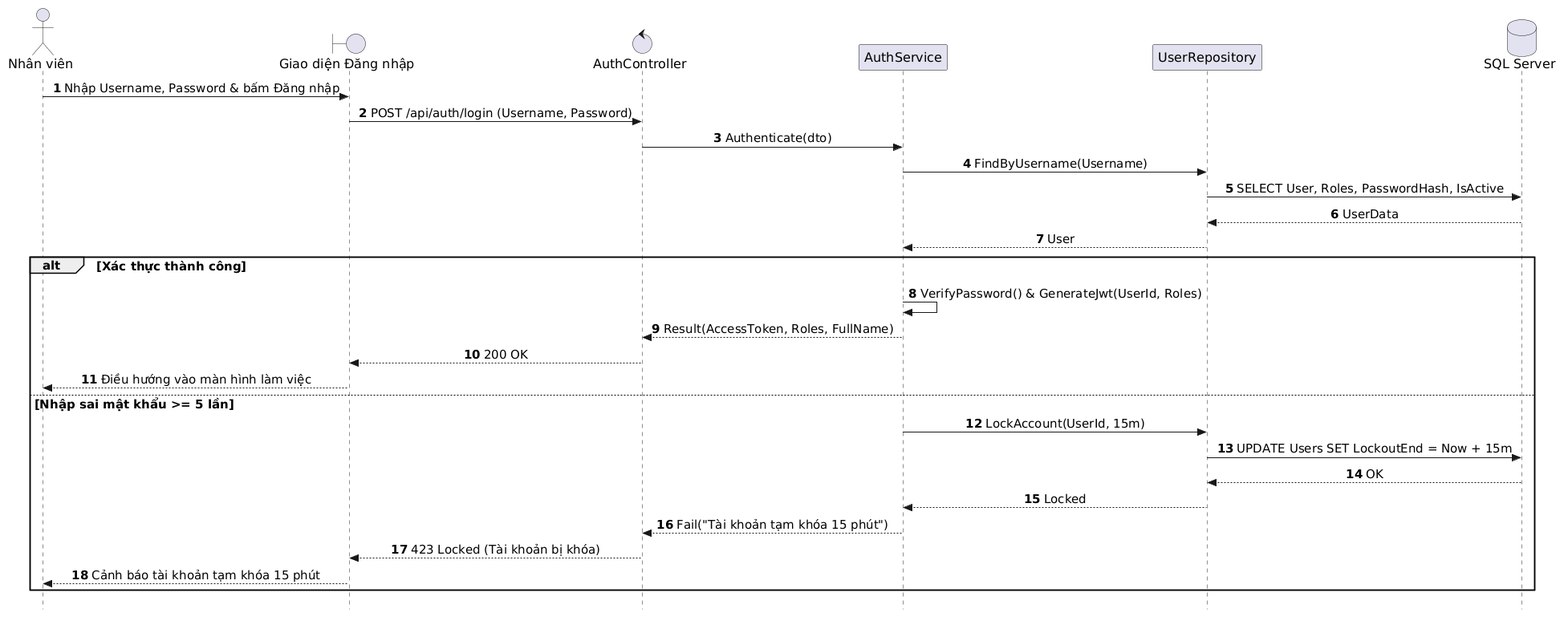
The PlantUML diagram out/docs/puml/sequences/SD_UC_E5_Staff_Authentication/SD_UC_E5_Staff_Authentication.png in AndrewQng/VinDining, before a commit.
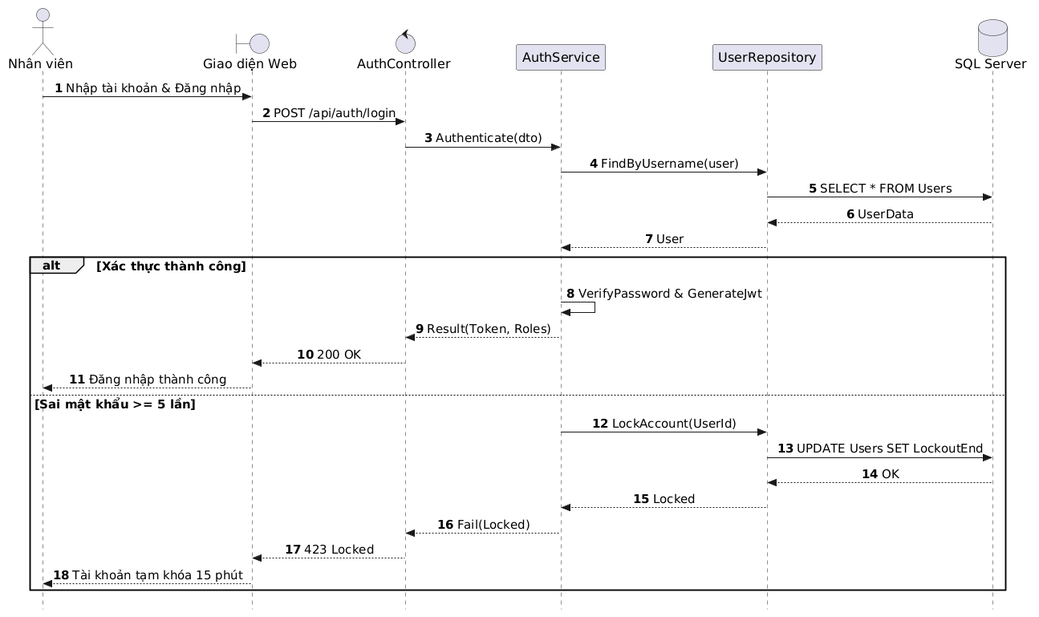
The same diagram one commit later.

The edit, as a diff of the source:
```diff
@@ -12,32 +12,32 @@
 skinparam sequenceGroupHeaderFontSize 15
 
 actor "Nhân viên" as Staff
-boundary "Giao diện Đăng nhập" as UI
+boundary "Giao diện Web" as UI
 control "AuthController" as Controller
 participant "AuthService" as Service
 participant "UserRepository" as Repo
 database "SQL Server" as DB
 
-Staff -> UI: Nhập Username, Password & bấm Đăng nhập
-UI -> Controller: POST /api/auth/login (Username, Password)
+Staff -> UI: Nhập tài khoản & Đăng nhập
+UI -> Controller: POST /api/auth/login
 Controller -> Service: Authenticate(dto)
-Service -> Repo: FindByUsername(Username)
-Repo -> DB: SELECT User, Roles, PasswordHash, IsActive
+Service -> Repo: FindByUsername(user)
+Repo -> DB: SELECT * FROM Users
 DB --> Repo: UserData
 Repo --> Service: User
 
 alt Xác thực thành công
-    Service -> Service: VerifyPassword() & GenerateJwt(UserId, Roles)
-    Service --> Controller: Result(AccessToken, Roles, FullName)
+    Service -> Service: VerifyPassword & GenerateJwt
+    Service --> Controller: Result(Token, Roles)
     Controller --> UI: 200 OK
-    UI --> Staff: Điều hướng vào màn hình làm việc
-else Nhập sai mật khẩu >= 5 lần
-    Service -> Repo: LockAccount(UserId, 15m)
-    Repo -> DB: UPDATE Users SET LockoutEnd = Now + 15m
+    UI --> Staff: Đăng nhập thành công
+else Sai mật khẩu >= 5 lần
+    Service -> Repo: LockAccount(UserId)
+    Repo -> DB: UPDATE Users SET LockoutEnd
     DB --> Repo: OK
     Repo --> Service: Locked
-    Service --> Controller: Fail("Tài khoản tạm khóa 15 phút")
-    Controller --> UI: 423 Locked (Tài khoản bị khóa)
-    UI --> Staff: Cảnh báo tài khoản tạm khóa 15 phút
+    Service --> Controller: Fail(Locked)
+    Controller --> UI: 423 Locked
+    UI --> Staff: Tài khoản tạm khóa 15 phút
 end
 @enduml
```
